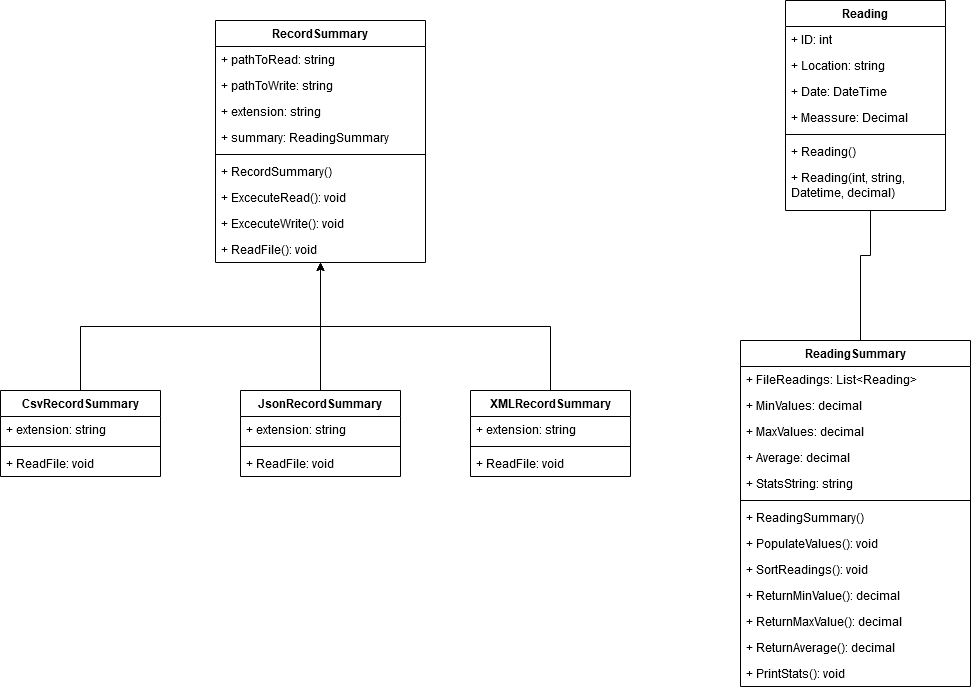
EnreiKazuri/TemperatureMethod keeps this draw.io diagram as TemperatureMethod/Image/TemperatureMethod.drawio.png. Above is the earlier version. Source tidied: cells renumbered, new cells last; positions are measured from the earlier drawing's top-left corner, leaving out a move shared by most shapes.
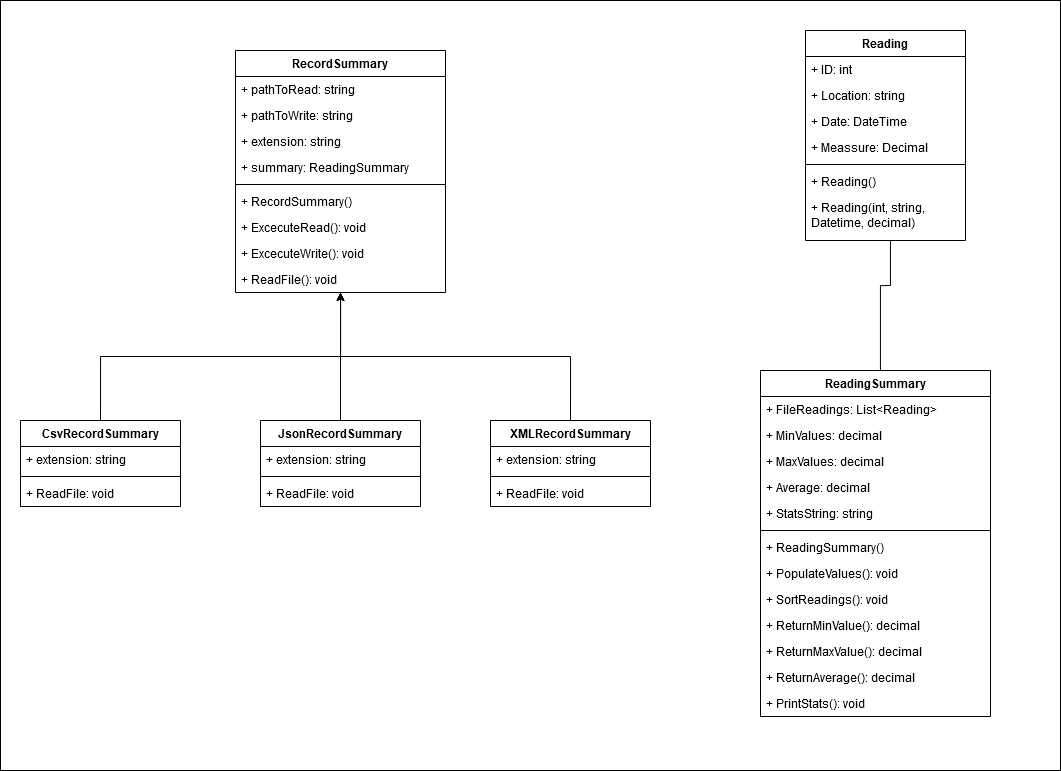
The same diagram one commit later.

Commit message:
Added background to UML diagram

The edit, as a diff of the source:
```diff
@@ -2,6 +2,9 @@
   <root>
     <mxCell id="0" />
     <mxCell id="1" parent="0" />
+    <mxCell id="50" style="rounded=0;whiteSpace=wrap;html=1;" parent="1" vertex="1">
+      <mxGeometry x="-20" y="-30" width="1060" height="770" as="geometry" />
+    </mxCell>
     <mxCell id="2" value="RecordSummary" style="swimlane;fontStyle=1;align=center;verticalAlign=top;horizontal=1;startSize=26;" parent="1" vertex="1">
       <mxGeometry x="215" y="20" width="210" height="242" as="geometry" />
     </mxCell>
```
